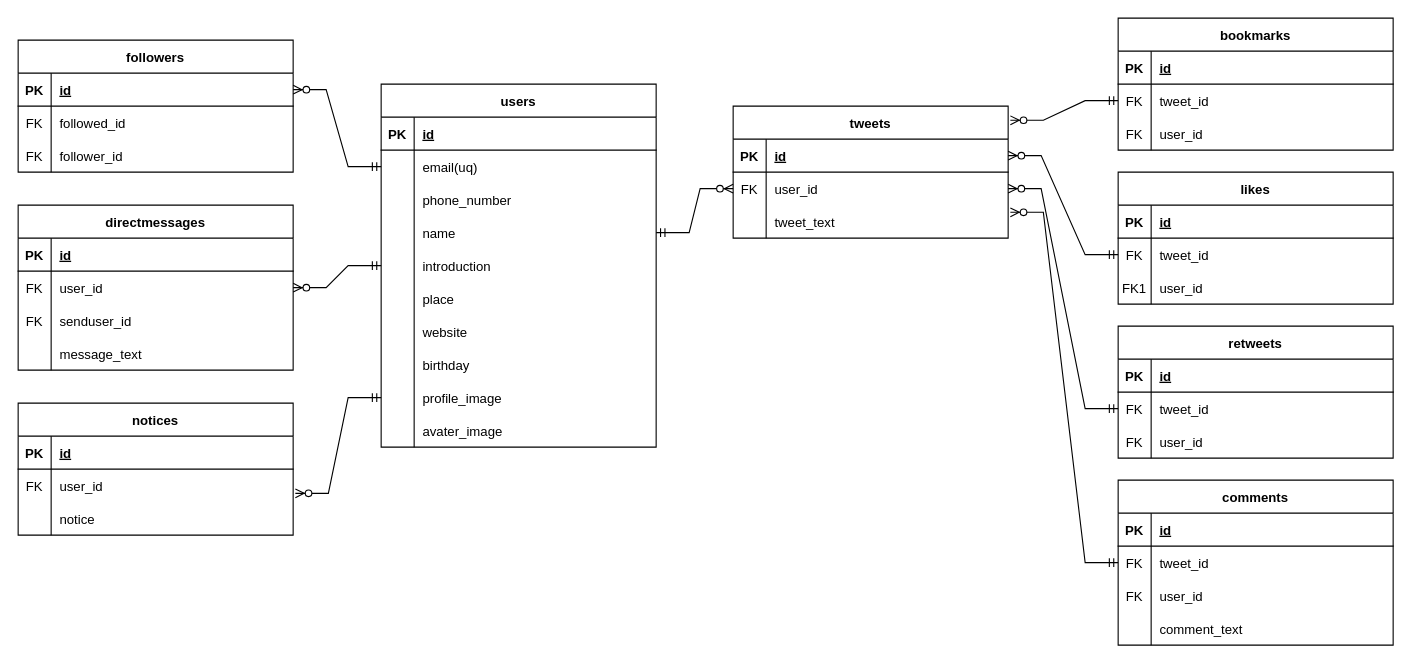
Earlier version of the draw.io diagram twitter_draft.drawio (hie3-336/rails_twitter). Source tidied: cells renumbered, new cells numbered last; positions are measured from the earlier drawing's top-left corner, leaving out a move shared by most shapes. Both pictures are drawn from the tidied source at 110%, with x=0, y=0 at pixel (18, 18).
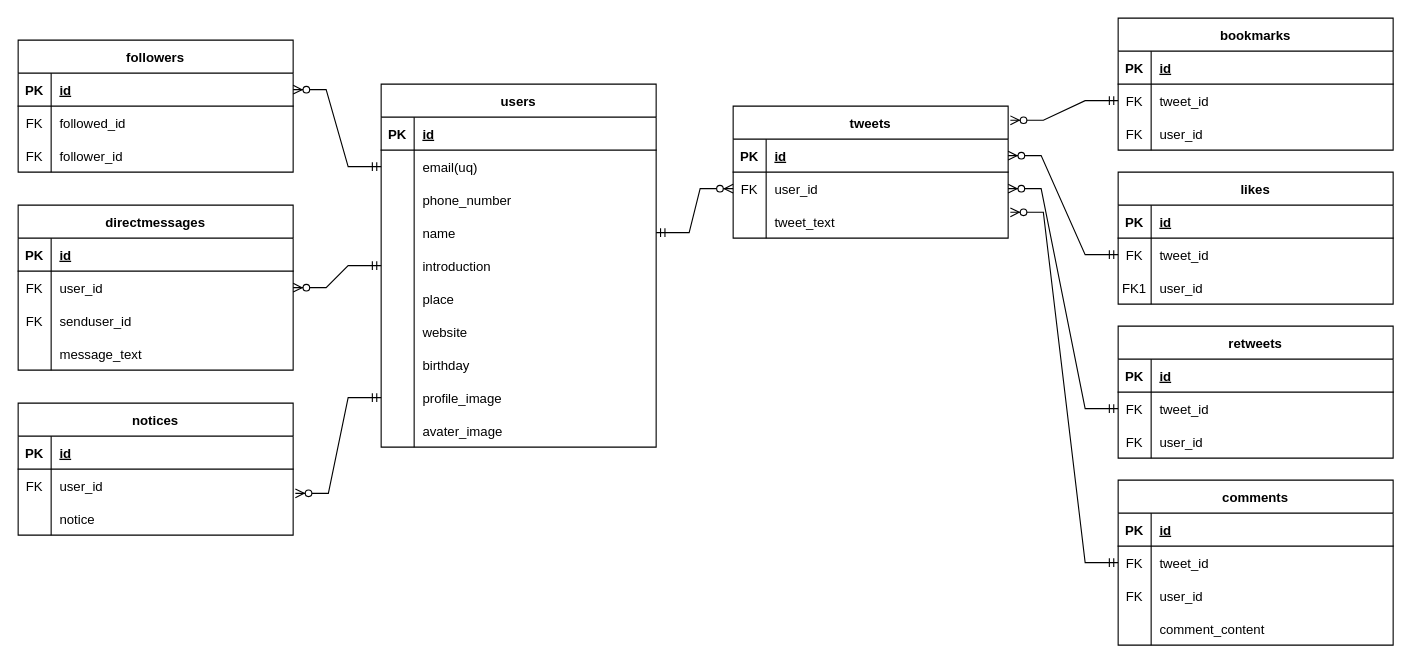
Above is the later version.

Commit message (it also covers changes not shown here):
commentモデルの命名微修正

Unchanged cells that the change refers to:
```xml
<mxCell id="123" style="shape=partialRectangle;fillColor=none;top=0;left=0;right=0;bottom=0;" parent="113" vertex="1">
  <mxGeometry y="120" width="250" height="30" as="geometry" />
</mxCell>
```

Change to the diagram source:
```diff
@@
-    <mxCell id="125" value="comment_text" style="shape=partialRectangle;overflow=hidden;fillColor=none;top=0;left=0;bottom=0;right=0;align=left;spacingLeft=6;" parent="123" vertex="1">
+    <mxCell id="125" value="comment_content" style="shape=partialRectangle;overflow=hidden;fillColor=none;top=0;left=0;bottom=0;right=0;align=left;spacingLeft=6;" parent="123" vertex="1">
       <mxGeometry x="30" width="220" height="30" as="geometry" />
     </mxCell>
```
